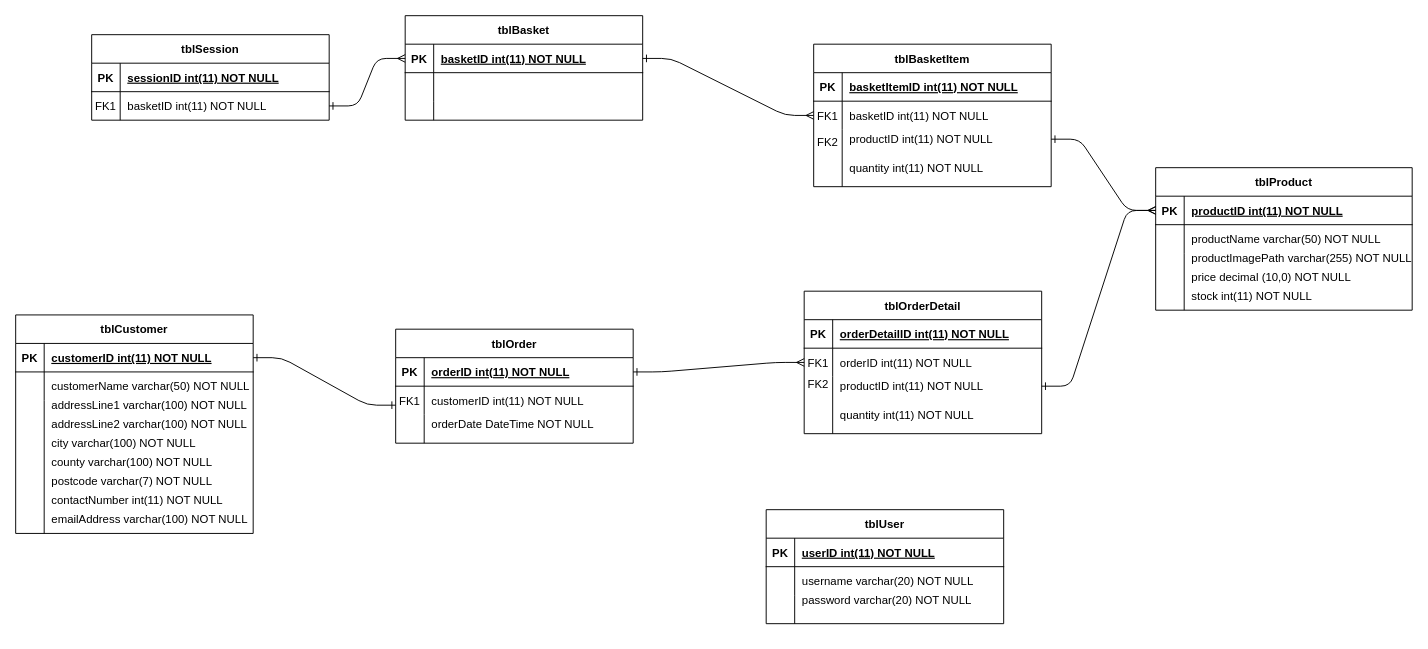
This is ERD.drawio from PeteTech1990/GazelleRunningSupplies, a draw.io file, before an edit. Source tidied: cells renumbered, new cells numbered last; positions are measured from the earlier drawing's top-left corner, leaving out a move shared by most shapes. Both pictures are drawn from the tidied source at 95%, with x=0, y=0 at pixel (15, 15).
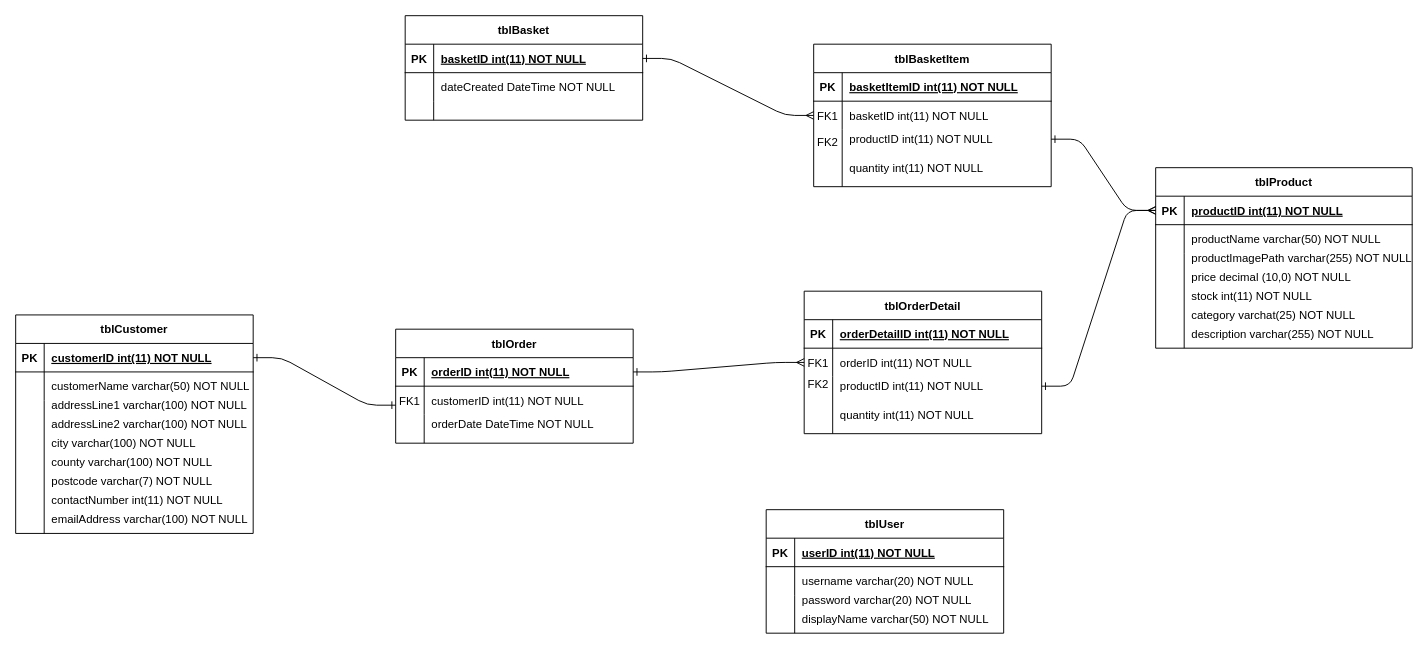
The same page after the edit.

Unchanged cells that the change refers to:
```xml
<mxCell id="5" style="shape=partialRectangle;fillColor=none;points=[[0,0.5],[1,0.5]];portConstraint=eastwest;top=0;left=0;right=0;bottom=1;" parent="4" vertex="1">
  <mxGeometry y="30" width="250" height="30" as="geometry" />
</mxCell>
```

Change to the diagram source:
```diff
@@
-    <mxCell id="2" style="edgeStyle=entityRelationEdgeStyle;endArrow=ERmany;startArrow=ERone;endFill=0;startFill=0;entryX=0;entryY=0.5;entryDx=0;entryDy=0;exitX=1;exitY=0.5;exitDx=0;exitDy=0;" parent="1" edge="1" source="28" target="5">
-      <mxGeometry relative="1" as="geometry" />
-    </mxCell>
@@
-    <mxCell id="24" value="tblSession" style="shape=table;startSize=30;childLayout=tableLayout;rowLines=0;fontStyle=1;align=center;" parent="1" vertex="1">
-      <mxGeometry x="80" y="20" width="250" height="90" as="geometry" />
-    </mxCell>
-    <mxCell id="25" style="shape=partialRectangle;fillColor=none;top=0;left=0;right=0;bottom=1;" parent="24" vertex="1">
-      <mxGeometry y="30" width="250" height="30" as="geometry" />
-    </mxCell>
-    <mxCell id="26" value="PK" style="shape=partialRectangle;overflow=hidden;fillColor=none;top=0;left=0;bottom=0;right=0;fontStyle=1;" parent="25" vertex="1">
-      <mxGeometry width="30" height="30" as="geometry" />
-    </mxCell>
-    <mxCell id="27" value="sessionID int(11) NOT NULL " style="shape=partialRectangle;overflow=hidden;fillColor=none;top=0;left=0;bottom=0;right=0;align=left;spacingLeft=6;fontStyle=5;" parent="25" vertex="1">
-      <mxGeometry x="30" width="220" height="30" as="geometry" />
-    </mxCell>
-    <mxCell id="28" style="shape=partialRectangle;fillColor=none;points=[[0,0.5],[1,0.5]];portConstraint=eastwest;top=0;left=0;right=0;bottom=0;" parent="24" vertex="1">
-      <mxGeometry y="60" width="250" height="30" as="geometry" />
-    </mxCell>
-    <mxCell id="29" style="shape=partialRectangle;overflow=hidden;fillColor=none;top=0;left=0;bottom=0;right=0;" parent="28" vertex="1">
-      <mxGeometry width="30" height="30" as="geometry" />
-    </mxCell>
-    <mxCell id="30" value="basketID int(11) NOT NULL" style="shape=partialRectangle;overflow=hidden;fillColor=none;top=0;left=0;bottom=0;right=0;align=left;spacingLeft=6;" parent="28" vertex="1">
-      <mxGeometry x="30" width="220" height="30" as="geometry" />
-    </mxCell>
-    <mxCell id="31" value="FK1" style="shape=partialRectangle;overflow=hidden;fillColor=none;top=0;left=0;bottom=0;right=0;" parent="1" vertex="1">
-      <mxGeometry x="80" y="80" width="30" height="30" as="geometry" />
-    </mxCell>
@@
     <mxCell id="35" value="tblProduct" style="shape=table;startSize=30;childLayout=tableLayout;rowLines=0;fontStyle=1;align=center;" parent="1" vertex="1">
-      <mxGeometry x="1200" y="160" width="270" height="150" as="geometry" />
+      <mxGeometry x="1200" y="160" width="270" height="190" as="geometry" />
     </mxCell>
@@
     <mxCell id="42" style="shape=partialRectangle;fillColor=none;top=0;left=0;right=0;bottom=0;" parent="35" vertex="1">
-      <mxGeometry y="90" width="270" height="60" as="geometry" />
+      <mxGeometry y="90" width="270" height="100" as="geometry" />
     </mxCell>
     <mxCell id="43" style="shape=partialRectangle;overflow=hidden;fillColor=none;top=0;left=0;bottom=0;right=0;" parent="42" vertex="1">
-      <mxGeometry width="30" height="60" as="geometry" />
+      <mxGeometry width="30" height="100" as="geometry" />
     </mxCell>
     <mxCell id="44" style="shape=partialRectangle;overflow=hidden;fillColor=none;top=0;left=0;bottom=0;right=0;align=left;spacingLeft=6;" parent="42" vertex="1">
-      <mxGeometry x="30" width="240" height="60" as="geometry" />
+      <mxGeometry x="30" width="240" height="100" as="geometry" />
     </mxCell>
@@
     <mxCell id="92" value="tblUser" style="shape=table;startSize=30;childLayout=tableLayout;rowLines=0;fontStyle=1;align=center;" parent="1" vertex="1">
-      <mxGeometry x="790" y="520" width="250" height="120" as="geometry" />
+      <mxGeometry x="790" y="520" width="250" height="130" as="geometry" />
     </mxCell>
@@
     <mxCell id="99" style="shape=partialRectangle;fillColor=none;top=0;left=0;right=0;bottom=0;" parent="92" vertex="1">
-      <mxGeometry y="90" width="250" height="30" as="geometry" />
+      <mxGeometry y="90" width="250" height="40" as="geometry" />
     </mxCell>
     <mxCell id="100" style="shape=partialRectangle;overflow=hidden;fillColor=none;top=0;left=0;bottom=0;right=0;" parent="99" vertex="1">
-      <mxGeometry width="30" height="30" as="geometry" />
+      <mxGeometry width="30" height="40" as="geometry" />
     </mxCell>
     <mxCell id="101" style="shape=partialRectangle;overflow=hidden;fillColor=none;top=0;left=0;bottom=0;right=0;align=left;spacingLeft=6;" parent="99" vertex="1">
-      <mxGeometry x="30" width="220" height="30" as="geometry" />
+      <mxGeometry x="30" width="220" height="40" as="geometry" />
     </mxCell>
@@
+    <mxCell id="108" value="dateCreated DateTime NOT NULL" style="shape=partialRectangle;overflow=hidden;fillColor=none;top=0;left=0;bottom=0;right=0;align=left;spacingLeft=6;" parent="1" vertex="1">
+      <mxGeometry x="440" y="60" width="220" height="30" as="geometry" />
+    </mxCell>
+    <mxCell id="109" value="category varchat(25) NOT NULL" style="shape=partialRectangle;overflow=hidden;fillColor=none;top=0;left=0;bottom=0;right=0;align=left;spacingLeft=6;" parent="1" vertex="1">
+      <mxGeometry x="1230" y="300" width="240" height="30" as="geometry" />
+    </mxCell>
+    <mxCell id="110" value="description varchar(255) NOT NULL" style="shape=partialRectangle;overflow=hidden;fillColor=none;top=0;left=0;bottom=0;right=0;align=left;spacingLeft=6;" parent="1" vertex="1">
+      <mxGeometry x="1230" y="320" width="240" height="30" as="geometry" />
+    </mxCell>
+    <mxCell id="111" value="displayName varchar(50) NOT NULL" style="shape=partialRectangle;overflow=hidden;fillColor=none;top=0;left=0;bottom=0;right=0;align=left;spacingLeft=6;" parent="1" vertex="1">
+      <mxGeometry x="820" y="620" width="220" height="30" as="geometry" />
+    </mxCell>
```
